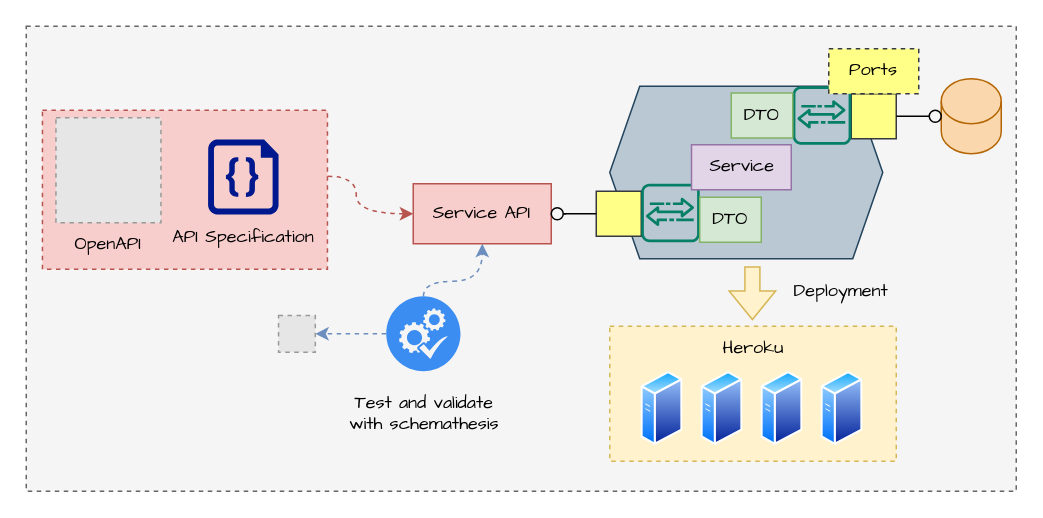
Earlier version of the draw.io diagram page "build apis using python" (1 of 8) of build_api_python_workshop.drawio (abunuwas/conferences-images). Source tidied: cells renumbered, new cells numbered last; positions are measured from the earlier drawing's top-left corner, leaving out a move shared by most shapes. Both pictures are drawn from the tidied source at 150%, with x=0, y=0 at pixel (26, 26). Pictures stored in the file or linked from it are replaced by grey dashed boxes.
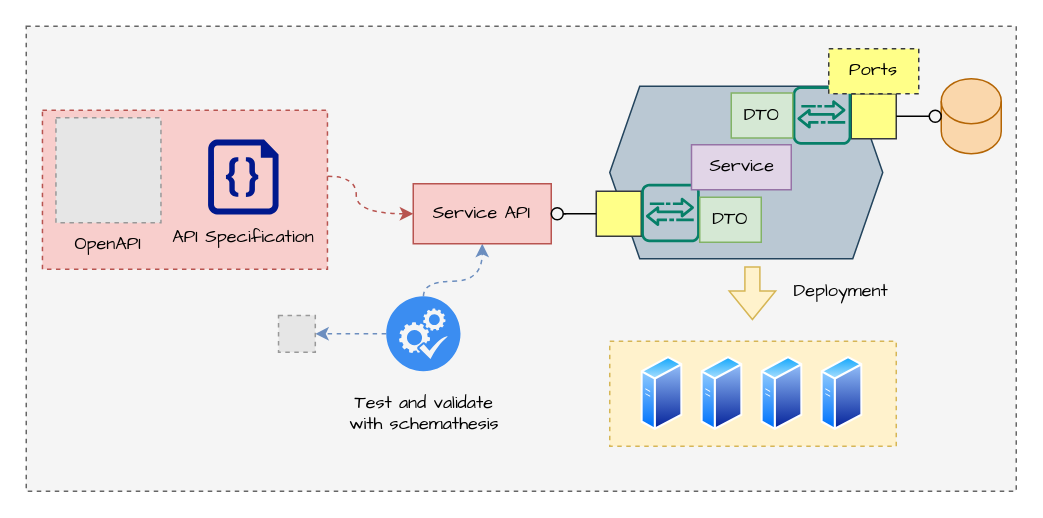
The same page after the edit.

The edit, as a diff of the source:
```diff
@@
     <mxCell id="3" style="rounded=0;whiteSpace=wrap;html=1;dashed=1;fillColor=#fff2cc;strokeColor=#d6b656;fontFamily=Comic Sans MS;" parent="1" vertex="1">
-      <mxGeometry x="389" y="200" width="191" height="90" as="geometry" />
+      <mxGeometry x="389" y="210" width="191" height="70" as="geometry" />
     </mxCell>
@@
     <mxCell id="12" style="perimeter=ellipsePerimeter;html=1;align=center;shadow=0;dashed=0;spacingTop=3;image;image=img/lib/active_directory/generic_server.svg;fontFamily=Comic Sans MS;" parent="1" vertex="1">
-      <mxGeometry x="410" y="230" width="28" height="50" as="geometry" />
+      <mxGeometry x="410" y="220" width="28" height="50" as="geometry" />
     </mxCell>
     <mxCell id="13" style="perimeter=ellipsePerimeter;html=1;align=center;shadow=0;dashed=0;spacingTop=3;image;image=img/lib/active_directory/generic_server.svg;fontFamily=Comic Sans MS;" parent="1" vertex="1">
-      <mxGeometry x="450" y="230" width="28" height="50" as="geometry" />
+      <mxGeometry x="450" y="220" width="28" height="50" as="geometry" />
     </mxCell>
     <mxCell id="14" style="perimeter=ellipsePerimeter;html=1;align=center;shadow=0;dashed=0;spacingTop=3;image;image=img/lib/active_directory/generic_server.svg;fontFamily=Comic Sans MS;" parent="1" vertex="1">
-      <mxGeometry x="490" y="230" width="28" height="50" as="geometry" />
+      <mxGeometry x="490" y="220" width="28" height="50" as="geometry" />
     </mxCell>
     <mxCell id="15" style="perimeter=ellipsePerimeter;html=1;align=center;shadow=0;dashed=0;spacingTop=3;image;image=img/lib/active_directory/generic_server.svg;fontFamily=Comic Sans MS;" parent="1" vertex="1">
-      <mxGeometry x="530" y="230" width="28" height="50" as="geometry" />
+      <mxGeometry x="530" y="220" width="28" height="50" as="geometry" />
     </mxCell>
@@
-    <mxCell id="31" value="Heroku" style="text;html=1;strokeColor=none;fillColor=none;align=center;verticalAlign=middle;whiteSpace=wrap;rounded=0;fontFamily=Comic Sans MS;" parent="1" vertex="1">
-      <mxGeometry x="430" y="200" width="110" height="30" as="geometry" />
-    </mxCell>
```
